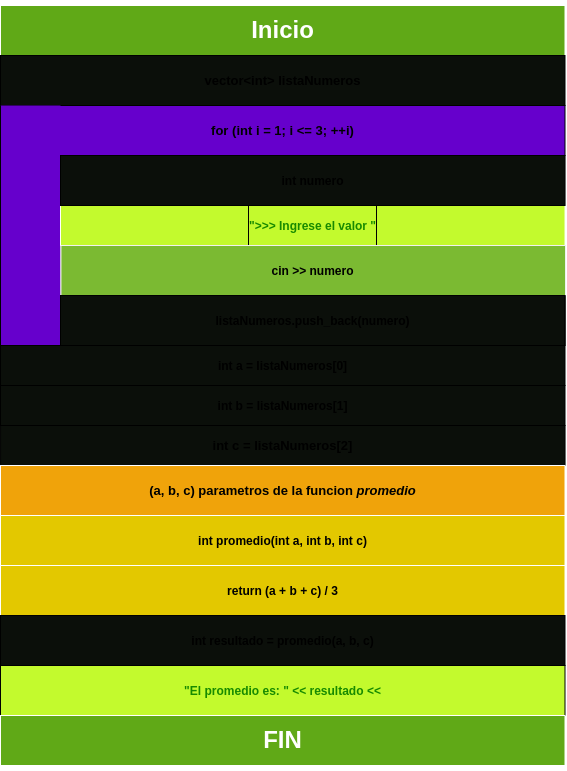
raquelvalentina/cuatrimestre1proyectofinal keeps this draw.io diagram as caso5/diagrama_de_NS.drawio.png. Above is the earlier version. Source tidied: cells renumbered, new cells last; positions are measured from the earlier drawing's top-left corner, leaving out a move shared by most shapes.
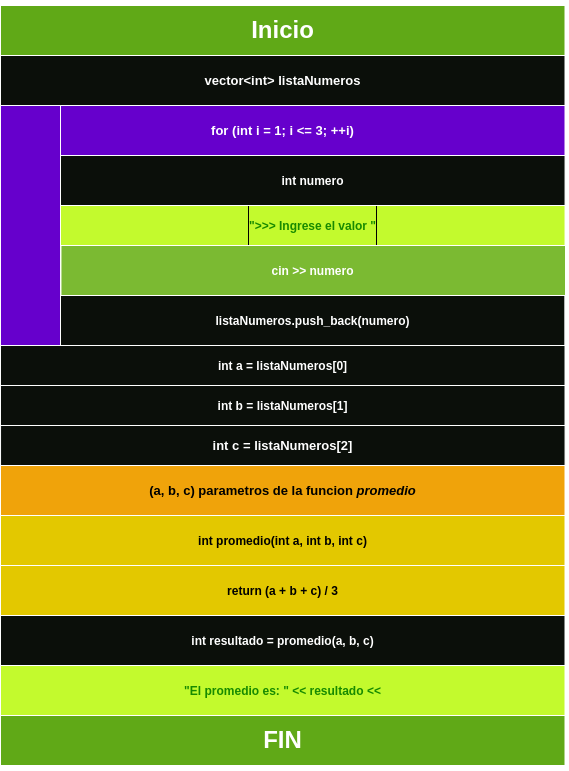
The same diagram one commit later.

Diff of the diagram source:
```diff
@@ -2,49 +2,49 @@
   <root>
     <mxCell id="0" />
     <mxCell id="1" parent="0" />
-    <mxCell id="2" value="&lt;h1&gt;Inicio&lt;/h1&gt;" style="rounded=0;whiteSpace=wrap;html=1;fillColor=#60a917;fontColor=#ffffff;strokeColor=#FFFFFF;" parent="1" vertex="1">
+    <mxCell id="2" value="&lt;h1&gt;Inicio&lt;/h1&gt;" style="rounded=0;whiteSpace=wrap;html=1;fillColor=#60a917;fontColor=#FFFFFF;strokeColor=#FFFFFF;" parent="1" vertex="1">
       <mxGeometry width="564.5" height="50" as="geometry" />
     </mxCell>
-    <mxCell id="3" value="&lt;div style=&quot;line-height: 16px; font-size: 13px;&quot;&gt;&lt;span style=&quot;font-size: 13px;&quot;&gt;vector&lt;/span&gt;&lt;span style=&quot;font-size: 13px;&quot;&gt;&amp;lt;&lt;/span&gt;&lt;span style=&quot;font-size: 13px;&quot;&gt;int&lt;/span&gt;&lt;span style=&quot;font-size: 13px;&quot;&gt;&amp;gt;&lt;/span&gt; listaNumeros&lt;/div&gt;" style="rounded=0;whiteSpace=wrap;html=1;fillColor=#0B0F0A;fontColor=default;fontStyle=1;fontFamily=Helvetica;labelBackgroundColor=none;fontSize=13;" parent="1" vertex="1">
+    <mxCell id="3" value="&lt;div style=&quot;line-height: 16px; font-size: 13px;&quot;&gt;&lt;span style=&quot;font-size: 13px;&quot;&gt;vector&lt;/span&gt;&lt;span style=&quot;font-size: 13px;&quot;&gt;&amp;lt;&lt;/span&gt;&lt;span style=&quot;font-size: 13px;&quot;&gt;int&lt;/span&gt;&lt;span style=&quot;font-size: 13px;&quot;&gt;&amp;gt;&lt;/span&gt; listaNumeros&lt;/div&gt;" style="rounded=0;whiteSpace=wrap;html=1;fillColor=#0B0F0A;fontColor=#FFFFFF;fontStyle=1;fontFamily=Helvetica;labelBackgroundColor=none;fontSize=13;strokeColor=#FFFFFF;" parent="1" vertex="1">
       <mxGeometry y="50" width="564.5" height="50" as="geometry" />
     </mxCell>
-    <mxCell id="4" value="&lt;div style=&quot;line-height: 16px; font-size: 13px;&quot;&gt;&lt;span style=&quot;font-size: 13px;&quot;&gt;for&lt;/span&gt; (&lt;span style=&quot;font-size: 13px;&quot;&gt;int&lt;/span&gt; i &lt;span style=&quot;font-size: 13px;&quot;&gt;=&lt;/span&gt; &lt;span style=&quot;font-size: 13px;&quot;&gt;1&lt;/span&gt;; i &lt;span style=&quot;font-size: 13px;&quot;&gt;&amp;lt;=&lt;/span&gt; &lt;span style=&quot;font-size: 13px;&quot;&gt;3&lt;/span&gt;; &lt;span style=&quot;font-size: 13px;&quot;&gt;++&lt;/span&gt;i)&lt;/div&gt;" style="rounded=0;whiteSpace=wrap;html=1;fillColor=#6600CC;fontColor=default;fontStyle=1;fontFamily=Helvetica;labelBackgroundColor=none;fontSize=13;" parent="1" vertex="1">
+    <mxCell id="4" value="&lt;div style=&quot;line-height: 16px; font-size: 13px;&quot;&gt;&lt;span style=&quot;font-size: 13px;&quot;&gt;for&lt;/span&gt; (&lt;span style=&quot;font-size: 13px;&quot;&gt;int&lt;/span&gt; i &lt;span style=&quot;font-size: 13px;&quot;&gt;=&lt;/span&gt; &lt;span style=&quot;font-size: 13px;&quot;&gt;1&lt;/span&gt;; i &lt;span style=&quot;font-size: 13px;&quot;&gt;&amp;lt;=&lt;/span&gt; &lt;span style=&quot;font-size: 13px;&quot;&gt;3&lt;/span&gt;; &lt;span style=&quot;font-size: 13px;&quot;&gt;++&lt;/span&gt;i)&lt;/div&gt;" style="rounded=0;whiteSpace=wrap;html=1;fillColor=#6600CC;fontColor=#FFFFFF;fontStyle=1;fontFamily=Helvetica;labelBackgroundColor=none;fontSize=13;strokeColor=#FFFFFF;" parent="1" vertex="1">
       <mxGeometry y="100" width="564.5" height="50" as="geometry" />
     </mxCell>
-    <mxCell id="5" style="rounded=0;whiteSpace=wrap;html=1;labelBackgroundColor=none;labelBorderColor=default;strokeColor=none;strokeWidth=1;fontFamily=Helvetica;fontSize=13;fontColor=default;fillColor=#6600CC;direction=south;" parent="1" vertex="1">
+    <mxCell id="5" style="rounded=0;whiteSpace=wrap;html=1;labelBackgroundColor=none;labelBorderColor=default;strokeColor=#FFFFFF;strokeWidth=1;fontFamily=Helvetica;fontSize=13;fontColor=default;fillColor=#6600CC;direction=south;" parent="1" vertex="1">
       <mxGeometry y="100" width="60" height="240" as="geometry" />
     </mxCell>
     <mxCell id="6" value="&lt;h4 style=&quot;line-height: 16.8px;&quot;&gt;&lt;div style=&quot;line-height: 16px;&quot;&gt;&lt;span style=&quot;&quot;&gt;&quot;&amp;gt;&amp;gt;&amp;gt; Ingrese el valor &quot;&lt;/span&gt;&lt;/div&gt;&lt;/h4&gt;" style="rounded=0;whiteSpace=wrap;html=1;verticalAlign=middle;align=center;spacingLeft=0;fillColor=#C3FA2D;strokeColor=#FFFFFF;fontColor=#178A00;spacingTop=0;fontStyle=1;labelPosition=center;verticalLabelPosition=middle;spacing=0;labelBorderColor=default;fontFamily=Helvetica;labelBackgroundColor=none;" parent="1" vertex="1">
       <mxGeometry x="60" y="200" width="504.5" height="40" as="geometry" />
     </mxCell>
-    <mxCell id="7" value="&lt;h4&gt;&lt;div style=&quot;line-height: 16px;&quot;&gt;cin &lt;span style=&quot;&quot;&gt;&amp;gt;&amp;gt;&lt;/span&gt; numero&lt;/div&gt;&lt;/h4&gt;" style="rounded=0;whiteSpace=wrap;html=1;fillColor=#7BBA32;strokeColor=#F0F0F0;fillStyle=solid;fontColor=default;fontStyle=1;fontFamily=Helvetica;labelBackgroundColor=none;" parent="1" vertex="1">
+    <mxCell id="7" value="&lt;h4&gt;&lt;div style=&quot;line-height: 16px;&quot;&gt;cin &lt;span style=&quot;&quot;&gt;&amp;gt;&amp;gt;&lt;/span&gt; numero&lt;/div&gt;&lt;/h4&gt;" style="rounded=0;whiteSpace=wrap;html=1;fillColor=#7BBA32;strokeColor=#FFFFFF;fillStyle=solid;fontColor=#FFFFFF;fontStyle=1;fontFamily=Helvetica;labelBackgroundColor=none;" parent="1" vertex="1">
       <mxGeometry x="60.5" y="240" width="504.5" height="50" as="geometry" />
     </mxCell>
-    <mxCell id="8" value="&lt;div style=&quot;font-size: 12px; line-height: 16px;&quot;&gt;listaNumeros.&lt;span style=&quot;&quot;&gt;push_back&lt;/span&gt;(numero)&lt;/div&gt;" style="rounded=0;whiteSpace=wrap;html=1;strokeWidth=1;strokeColor=default;fontSize=17;align=center;fillColor=#0B0F0A;fontColor=default;fontStyle=1;fontFamily=Helvetica;labelBackgroundColor=none;" parent="1" vertex="1">
+    <mxCell id="8" value="&lt;div style=&quot;font-size: 12px; line-height: 16px;&quot;&gt;listaNumeros.&lt;span style=&quot;&quot;&gt;push_back&lt;/span&gt;(numero)&lt;/div&gt;" style="rounded=0;whiteSpace=wrap;html=1;strokeWidth=1;strokeColor=#FFFFFF;fontSize=17;align=center;fillColor=#0B0F0A;fontColor=#FFFFFF;fontStyle=1;fontFamily=Helvetica;labelBackgroundColor=none;" parent="1" vertex="1">
       <mxGeometry x="60" y="290" width="504.5" height="50" as="geometry" />
     </mxCell>
-    <mxCell id="9" style="edgeStyle=none;html=1;exitX=0;exitY=0;exitDx=0;exitDy=0;entryX=0;entryY=1;entryDx=0;entryDy=0;endArrow=none;endFill=0;fontColor=default;fontStyle=1;fontFamily=Helvetica;labelBackgroundColor=none;" parent="1" edge="1" source="8" target="8">
+    <mxCell id="9" style="edgeStyle=none;html=1;exitX=0;exitY=0;exitDx=0;exitDy=0;entryX=0;entryY=1;entryDx=0;entryDy=0;endArrow=none;endFill=0;fontColor=#FFFFFF;fontStyle=1;fontFamily=Helvetica;labelBackgroundColor=none;strokeColor=#FFFFFF;" parent="1" edge="1" source="8" target="8">
       <mxGeometry relative="1" as="geometry" />
     </mxCell>
-    <mxCell id="10" style="edgeStyle=none;html=1;exitX=1;exitY=0;exitDx=0;exitDy=0;entryX=1;entryY=1;entryDx=0;entryDy=0;endArrow=none;endFill=0;fontColor=default;fontStyle=1;fontFamily=Helvetica;labelBackgroundColor=none;fontSize=13;" parent="1" edge="1" source="8" target="8">
+    <mxCell id="10" style="edgeStyle=none;html=1;exitX=1;exitY=0;exitDx=0;exitDy=0;entryX=1;entryY=1;entryDx=0;entryDy=0;endArrow=none;endFill=0;fontColor=#FFFFFF;fontStyle=1;fontFamily=Helvetica;labelBackgroundColor=none;fontSize=13;strokeColor=#FFFFFF;" parent="1" edge="1" source="8" target="8">
       <mxGeometry relative="1" as="geometry" />
     </mxCell>
-    <mxCell id="11" value="&lt;div style=&quot;line-height: 16px;&quot;&gt;&lt;span style=&quot;&quot;&gt;int&lt;/span&gt; numero&lt;/div&gt;" style="rounded=0;whiteSpace=wrap;html=1;fillColor=#0B0F0A;fontColor=default;fontStyle=1;fontFamily=Helvetica;labelBackgroundColor=none;" parent="1" vertex="1">
+    <mxCell id="11" value="&lt;div style=&quot;line-height: 16px;&quot;&gt;&lt;span style=&quot;&quot;&gt;int&lt;/span&gt; numero&lt;/div&gt;" style="rounded=0;whiteSpace=wrap;html=1;fillColor=#0B0F0A;fontColor=#FFFFFF;fontStyle=1;fontFamily=Helvetica;labelBackgroundColor=none;strokeColor=#FFFFFF;" parent="1" vertex="1">
       <mxGeometry x="60" y="150" width="504.5" height="50" as="geometry" />
     </mxCell>
-    <mxCell id="12" style="group;" parent="1" vertex="1">
+    <mxCell id="12" style="group;fontColor=#FFFFFF;strokeColor=#FFFFFF;" parent="1" vertex="1">
       <mxGeometry y="340" width="564.5" height="120" as="geometry" />
     </mxCell>
-    <mxCell id="13" value="&lt;div style=&quot;font-size: 13px; line-height: 16px;&quot;&gt;&lt;div style=&quot;font-size: 13px;&quot;&gt;&lt;span style=&quot;font-size: 13px;&quot;&gt;    &lt;/span&gt;&lt;span style=&quot;font-size: 13px;&quot;&gt;int&lt;/span&gt;&lt;span style=&quot;font-size: 13px;&quot;&gt;&amp;nbsp;c&lt;/span&gt;&lt;span style=&quot;font-size: 13px;&quot;&gt;&amp;nbsp;&lt;/span&gt;&lt;span style=&quot;font-size: 13px;&quot;&gt;=&lt;/span&gt;&lt;span style=&quot;font-size: 13px;&quot;&gt; &lt;/span&gt;&lt;span style=&quot;font-size: 13px;&quot;&gt;listaNumeros&lt;/span&gt;&lt;span style=&quot;font-size: 13px;&quot;&gt;[&lt;/span&gt;&lt;font style=&quot;font-size: 13px;&quot;&gt;2&lt;/font&gt;&lt;span style=&quot;font-size: 13px;&quot;&gt;]&lt;/span&gt;&lt;/div&gt;&lt;div style=&quot;font-size: 13px;&quot;&gt;&lt;span style=&quot;font-size: 13px;&quot;&gt;&lt;/span&gt;&lt;/div&gt;&lt;/div&gt;" style="rounded=0;whiteSpace=wrap;html=1;strokeWidth=1;fillColor=#0B0F0A;fontColor=default;fontStyle=1;fontFamily=Helvetica;labelBackgroundColor=none;fontSize=13;" parent="12" vertex="1">
+    <mxCell id="13" value="&lt;div style=&quot;font-size: 13px; line-height: 16px;&quot;&gt;&lt;div style=&quot;font-size: 13px;&quot;&gt;&lt;span style=&quot;font-size: 13px;&quot;&gt;    &lt;/span&gt;&lt;span style=&quot;font-size: 13px;&quot;&gt;int&lt;/span&gt;&lt;span style=&quot;font-size: 13px;&quot;&gt;&amp;nbsp;c&lt;/span&gt;&lt;span style=&quot;font-size: 13px;&quot;&gt;&amp;nbsp;&lt;/span&gt;&lt;span style=&quot;font-size: 13px;&quot;&gt;=&lt;/span&gt;&lt;span style=&quot;font-size: 13px;&quot;&gt; &lt;/span&gt;&lt;span style=&quot;font-size: 13px;&quot;&gt;listaNumeros&lt;/span&gt;&lt;span style=&quot;font-size: 13px;&quot;&gt;[&lt;/span&gt;&lt;font style=&quot;font-size: 13px;&quot;&gt;2&lt;/font&gt;&lt;span style=&quot;font-size: 13px;&quot;&gt;]&lt;/span&gt;&lt;/div&gt;&lt;div style=&quot;font-size: 13px;&quot;&gt;&lt;span style=&quot;font-size: 13px;&quot;&gt;&lt;/span&gt;&lt;/div&gt;&lt;/div&gt;" style="rounded=0;whiteSpace=wrap;html=1;strokeWidth=1;fillColor=#0B0F0A;fontColor=#FFFFFF;fontStyle=1;fontFamily=Helvetica;labelBackgroundColor=none;fontSize=13;strokeColor=#FFFFFF;" parent="12" vertex="1">
       <mxGeometry x="0.1" y="80" width="564.5" height="40" as="geometry" />
     </mxCell>
-    <mxCell id="14" value="&lt;div style=&quot;font-size: 12px; line-height: 16px;&quot;&gt;&lt;div&gt;&lt;span style=&quot;&quot;&gt;    &lt;/span&gt;&lt;span style=&quot;&quot;&gt;int&lt;/span&gt;&lt;span style=&quot;&quot;&gt; &lt;/span&gt;&lt;span style=&quot;&quot;&gt;a&lt;/span&gt;&lt;span style=&quot;&quot;&gt; &lt;/span&gt;&lt;span style=&quot;&quot;&gt;=&lt;/span&gt;&lt;span style=&quot;&quot;&gt; &lt;/span&gt;&lt;span style=&quot;&quot;&gt;listaNumeros&lt;/span&gt;&lt;span style=&quot;&quot;&gt;[&lt;/span&gt;&lt;span style=&quot;&quot;&gt;0&lt;/span&gt;&lt;span style=&quot;&quot;&gt;]&lt;/span&gt;&lt;/div&gt;&lt;div&gt;&lt;span style=&quot;&quot;&gt;&lt;/span&gt;&lt;/div&gt;&lt;/div&gt;" style="rounded=0;whiteSpace=wrap;html=1;strokeWidth=1;fillColor=#0B0F0A;fontColor=default;fontStyle=1;fontFamily=Helvetica;labelBackgroundColor=none;" parent="12" vertex="1">
+    <mxCell id="14" value="&lt;div style=&quot;font-size: 12px; line-height: 16px;&quot;&gt;&lt;div&gt;&lt;span style=&quot;&quot;&gt;    &lt;/span&gt;&lt;span style=&quot;&quot;&gt;int&lt;/span&gt;&lt;span style=&quot;&quot;&gt; &lt;/span&gt;&lt;span style=&quot;&quot;&gt;a&lt;/span&gt;&lt;span style=&quot;&quot;&gt; &lt;/span&gt;&lt;span style=&quot;&quot;&gt;=&lt;/span&gt;&lt;span style=&quot;&quot;&gt; &lt;/span&gt;&lt;span style=&quot;&quot;&gt;listaNumeros&lt;/span&gt;&lt;span style=&quot;&quot;&gt;[&lt;/span&gt;&lt;span style=&quot;&quot;&gt;0&lt;/span&gt;&lt;span style=&quot;&quot;&gt;]&lt;/span&gt;&lt;/div&gt;&lt;div&gt;&lt;span style=&quot;&quot;&gt;&lt;/span&gt;&lt;/div&gt;&lt;/div&gt;" style="rounded=0;whiteSpace=wrap;html=1;strokeWidth=1;fillColor=#0B0F0A;fontColor=#FFFFFF;fontStyle=1;fontFamily=Helvetica;labelBackgroundColor=none;strokeColor=#FFFFFF;" parent="12" vertex="1">
       <mxGeometry width="564.5" height="40" as="geometry" />
     </mxCell>
-    <mxCell id="15" value="&lt;div style=&quot;font-size: 12px; line-height: 16px;&quot;&gt;&lt;div style=&quot;&quot;&gt;&lt;span style=&quot;&quot;&gt;    &lt;/span&gt;&lt;span style=&quot;&quot;&gt;int&lt;/span&gt;&lt;span style=&quot;&quot;&gt;&amp;nbsp;b&lt;/span&gt;&lt;span style=&quot;&quot;&gt;&amp;nbsp;&lt;/span&gt;&lt;span style=&quot;&quot;&gt;=&lt;/span&gt;&lt;span style=&quot;&quot;&gt; &lt;/span&gt;&lt;span style=&quot;&quot;&gt;listaNumeros&lt;/span&gt;&lt;span style=&quot;&quot;&gt;[&lt;/span&gt;&lt;font&gt;1&lt;/font&gt;&lt;span style=&quot;&quot;&gt;]&lt;/span&gt;&lt;/div&gt;&lt;div style=&quot;&quot;&gt;&lt;span style=&quot;&quot;&gt;&lt;/span&gt;&lt;/div&gt;&lt;/div&gt;" style="rounded=0;whiteSpace=wrap;html=1;strokeWidth=1;fillColor=#0B0F0A;fontColor=default;fontStyle=1;fontFamily=Helvetica;labelBackgroundColor=none;" parent="12" vertex="1">
+    <mxCell id="15" value="&lt;div style=&quot;font-size: 12px; line-height: 16px;&quot;&gt;&lt;div style=&quot;&quot;&gt;&lt;span style=&quot;&quot;&gt;    &lt;/span&gt;&lt;span style=&quot;&quot;&gt;int&lt;/span&gt;&lt;span style=&quot;&quot;&gt;&amp;nbsp;b&lt;/span&gt;&lt;span style=&quot;&quot;&gt;&amp;nbsp;&lt;/span&gt;&lt;span style=&quot;&quot;&gt;=&lt;/span&gt;&lt;span style=&quot;&quot;&gt; &lt;/span&gt;&lt;span style=&quot;&quot;&gt;listaNumeros&lt;/span&gt;&lt;span style=&quot;&quot;&gt;[&lt;/span&gt;&lt;font&gt;1&lt;/font&gt;&lt;span style=&quot;&quot;&gt;]&lt;/span&gt;&lt;/div&gt;&lt;div style=&quot;&quot;&gt;&lt;span style=&quot;&quot;&gt;&lt;/span&gt;&lt;/div&gt;&lt;/div&gt;" style="rounded=0;whiteSpace=wrap;html=1;strokeWidth=1;fillColor=#0B0F0A;fontColor=#FFFFFF;fontStyle=1;fontFamily=Helvetica;labelBackgroundColor=none;strokeColor=#FFFFFF;" parent="12" vertex="1">
       <mxGeometry y="40" width="564.5" height="40" as="geometry" />
     </mxCell>
-    <mxCell id="16" style="edgeStyle=none;html=1;exitX=0;exitY=0;exitDx=0;exitDy=0;entryX=0;entryY=1;entryDx=0;entryDy=0;labelBackgroundColor=none;fontFamily=Helvetica;fontSize=13;fontColor=default;endArrow=none;endFill=0;" parent="1" edge="1" source="14" target="5">
+    <mxCell id="16" style="edgeStyle=none;html=1;exitX=0;exitY=0;exitDx=0;exitDy=0;entryX=0;entryY=1;entryDx=0;entryDy=0;labelBackgroundColor=none;fontFamily=Helvetica;fontSize=13;fontColor=default;endArrow=none;endFill=0;strokeColor=#FFFFFF;" parent="1" edge="1" source="14" target="5">
       <mxGeometry relative="1" as="geometry" />
     </mxCell>
     <mxCell id="17" value="&lt;div style=&quot;line-height: 16px; font-size: 13px;&quot;&gt;(a, b, c) parametros de la funcion &lt;i&gt;promedio&lt;/i&gt;&lt;/div&gt;" style="rounded=0;whiteSpace=wrap;html=1;fillColor=#f0a30a;fontColor=#000000;fontStyle=1;fontFamily=Helvetica;labelBackgroundColor=none;fontSize=13;strokeColor=#FFFFFF;" parent="1" vertex="1">
@@ -56,13 +56,13 @@
     <mxCell id="19" value="&lt;div style=&quot;line-height: 16px; font-size: 13px;&quot;&gt;&lt;div style=&quot;font-size: 12px; line-height: 16px;&quot;&gt;&lt;span style=&quot;&quot;&gt;return&lt;/span&gt; (&lt;span style=&quot;&quot;&gt;a&lt;/span&gt; &lt;span style=&quot;&quot;&gt;+&lt;/span&gt; &lt;span style=&quot;&quot;&gt;b&lt;/span&gt; &lt;span style=&quot;&quot;&gt;+&lt;/span&gt; &lt;span style=&quot;&quot;&gt;c&lt;/span&gt;) &lt;span style=&quot;&quot;&gt;/&lt;/span&gt; &lt;span style=&quot;&quot;&gt;3&lt;/span&gt;&lt;/div&gt;&lt;/div&gt;" style="rounded=0;whiteSpace=wrap;html=1;fillColor=#e3c800;fontColor=#000000;fontStyle=1;fontFamily=Helvetica;labelBackgroundColor=none;fontSize=13;strokeColor=#FFFFFF;" parent="1" vertex="1">
       <mxGeometry y="560" width="564.5" height="50" as="geometry" />
     </mxCell>
-    <mxCell id="20" value="&lt;div style=&quot;line-height: 16px; font-size: 13px;&quot;&gt;&lt;div style=&quot;font-size: 12px; line-height: 16px;&quot;&gt;&lt;div style=&quot;line-height: 16px;&quot;&gt;&lt;span style=&quot;&quot;&gt;int&lt;/span&gt; resultado &lt;span style=&quot;&quot;&gt;=&lt;/span&gt; &lt;span style=&quot;&quot;&gt;promedio&lt;/span&gt;(a, b, c)&lt;/div&gt;&lt;/div&gt;&lt;/div&gt;" style="rounded=0;whiteSpace=wrap;html=1;fillColor=#0B0F0A;fontColor=default;fontStyle=1;fontFamily=Helvetica;labelBackgroundColor=none;fontSize=13;" parent="1" vertex="1">
+    <mxCell id="20" value="&lt;div style=&quot;line-height: 16px; font-size: 13px;&quot;&gt;&lt;div style=&quot;font-size: 12px; line-height: 16px;&quot;&gt;&lt;div style=&quot;line-height: 16px;&quot;&gt;&lt;span style=&quot;&quot;&gt;int&lt;/span&gt; resultado &lt;span style=&quot;&quot;&gt;=&lt;/span&gt; &lt;span style=&quot;&quot;&gt;promedio&lt;/span&gt;(a, b, c)&lt;/div&gt;&lt;/div&gt;&lt;/div&gt;" style="rounded=0;whiteSpace=wrap;html=1;fillColor=#0B0F0A;fontColor=#FFFFFF;fontStyle=1;fontFamily=Helvetica;labelBackgroundColor=none;fontSize=13;strokeColor=#FFFFFF;" parent="1" vertex="1">
       <mxGeometry y="610" width="564.5" height="50" as="geometry" />
     </mxCell>
-    <mxCell id="21" value="&lt;div style=&quot;line-height: 16px; font-size: 13px;&quot;&gt;&lt;div style=&quot;font-size: 12px; line-height: 16px;&quot;&gt;&lt;div style=&quot;line-height: 16px;&quot;&gt;&lt;span style=&quot;&quot;&gt;&quot;El promedio es: &quot;&lt;/span&gt; &lt;span style=&quot;&quot;&gt;&amp;lt;&amp;lt;&lt;/span&gt; resultado &lt;span style=&quot;&quot;&gt;&amp;lt;&amp;lt;&lt;/span&gt;&lt;/div&gt;&lt;/div&gt;&lt;/div&gt;" style="rounded=0;whiteSpace=wrap;html=1;fillColor=#C3FA2D;fontColor=#178A00;fontStyle=1;fontFamily=Helvetica;labelBackgroundColor=none;fontSize=13;" parent="1" vertex="1">
+    <mxCell id="21" value="&lt;div style=&quot;line-height: 16px; font-size: 13px;&quot;&gt;&lt;div style=&quot;font-size: 12px; line-height: 16px;&quot;&gt;&lt;div style=&quot;line-height: 16px;&quot;&gt;&lt;span style=&quot;&quot;&gt;&quot;El promedio es: &quot;&lt;/span&gt; &lt;span style=&quot;&quot;&gt;&amp;lt;&amp;lt;&lt;/span&gt; resultado &lt;span style=&quot;&quot;&gt;&amp;lt;&amp;lt;&lt;/span&gt;&lt;/div&gt;&lt;/div&gt;&lt;/div&gt;" style="rounded=0;whiteSpace=wrap;html=1;fillColor=#C3FA2D;fontColor=#178A00;fontStyle=1;fontFamily=Helvetica;labelBackgroundColor=none;fontSize=13;strokeColor=#FFFFFF;" parent="1" vertex="1">
       <mxGeometry y="660" width="564.5" height="50" as="geometry" />
     </mxCell>
-    <mxCell id="22" value="&lt;h1&gt;FIN&lt;/h1&gt;" style="rounded=0;whiteSpace=wrap;html=1;fillColor=#60a917;fontColor=#ffffff;strokeColor=#FFFFFF;" parent="1" vertex="1">
+    <mxCell id="22" value="&lt;h1&gt;FIN&lt;/h1&gt;" style="rounded=0;whiteSpace=wrap;html=1;fillColor=#60a917;fontColor=#FFFFFF;strokeColor=#FFFFFF;" parent="1" vertex="1">
       <mxGeometry y="710" width="564.5" height="50" as="geometry" />
     </mxCell>
   </root>
```
